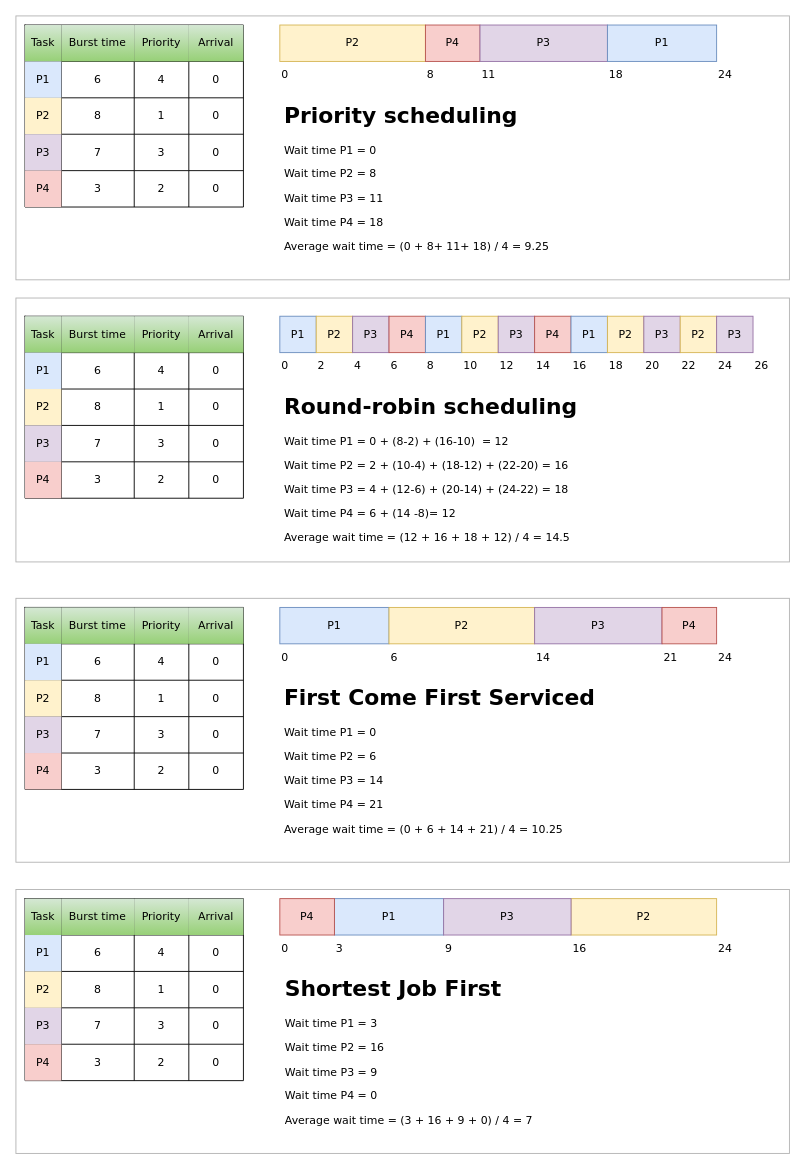
Earlier version of the draw.io diagram page "Scheduling" (12 of 13) of assets/OS.drawio (braboj/tutorial-os). Source tidied: cells renumbered, new cells numbered last; positions are measured from the earlier drawing's top-left corner, leaving out a move shared by most shapes. Both pictures are drawn from the tidied source at 91%, with x=0, y=0 at pixel (15, 15).
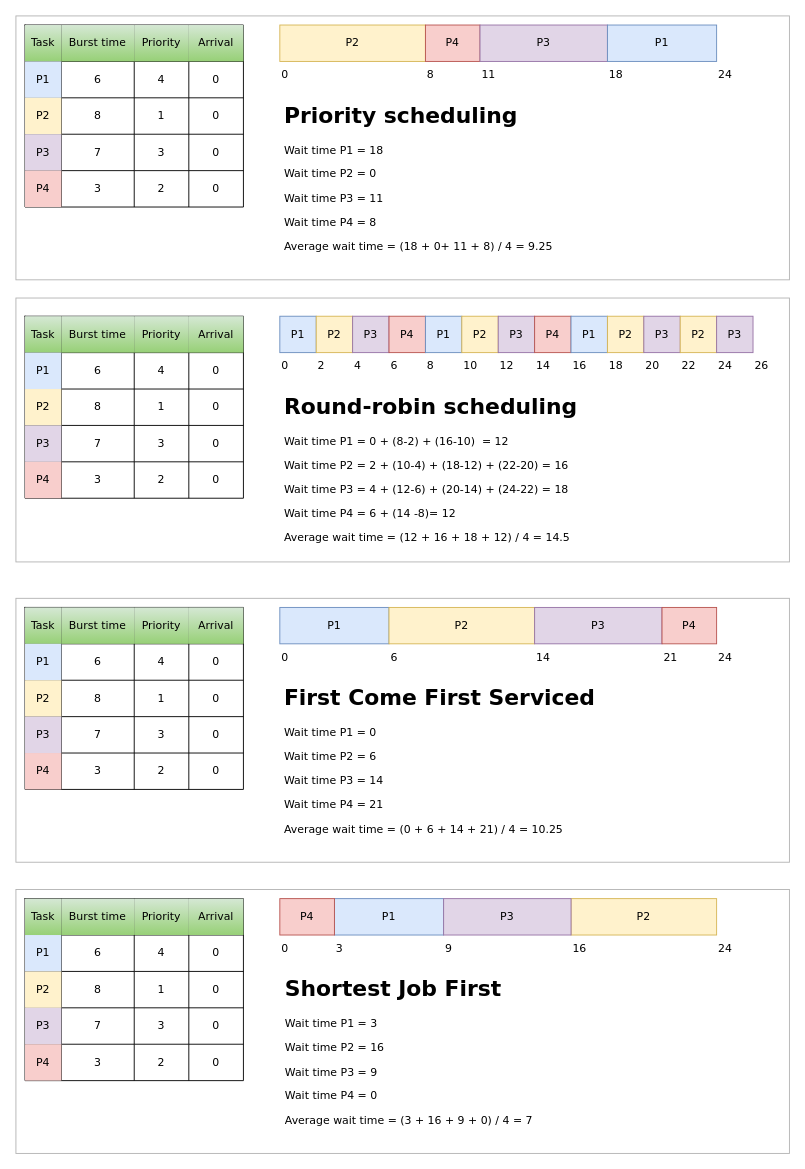
Above is the later version.

Commit message (it also covers changes not shown here):
Reorganize document structure and update priority scheduling diagram

What changed in the source:
```diff
@@
-    <mxCell id="95" value="&lt;h1&gt;Priority scheduling&lt;/h1&gt;&lt;p&gt;Wait time P1 = 0&lt;/p&gt;&lt;p&gt;&lt;span style=&quot;background-color: initial;&quot;&gt;Wait time P2 = 8&lt;/span&gt;&lt;/p&gt;&lt;p&gt;&lt;span style=&quot;background-color: initial;&quot;&gt;Wait time P3 = 11&lt;/span&gt;&lt;/p&gt;&lt;p&gt;Wait time P4 = 18&lt;/p&gt;&lt;p&gt;Average wait time = (0 + 8+ 11+ 18) / 4 = 9.25&lt;/p&gt;" style="text;html=1;strokeColor=none;fillColor=none;spacing=5;spacingTop=-20;whiteSpace=wrap;overflow=hidden;rounded=0;fontFamily=Verdana;" parent="1" vertex="1">
+    <mxCell id="95" value="&lt;h1&gt;Priority scheduling&lt;/h1&gt;&lt;p&gt;Wait time P1 = 18&lt;/p&gt;&lt;p&gt;&lt;span style=&quot;background-color: initial;&quot;&gt;Wait time P2 = 0&lt;/span&gt;&lt;/p&gt;&lt;p&gt;&lt;span style=&quot;background-color: initial;&quot;&gt;Wait time P3 = 11&lt;/span&gt;&lt;/p&gt;&lt;p&gt;Wait time P4 = 8&lt;/p&gt;&lt;p&gt;Average wait time = (18 + 0+ 11 + 8) / 4 = 9.25&lt;/p&gt;" style="text;html=1;strokeColor=none;fillColor=none;spacing=5;spacingTop=-20;whiteSpace=wrap;overflow=hidden;rounded=0;fontFamily=Verdana;" parent="1" vertex="1">
       <mxGeometry x="290" y="90" width="480" height="200" as="geometry" />
     </mxCell>
```
